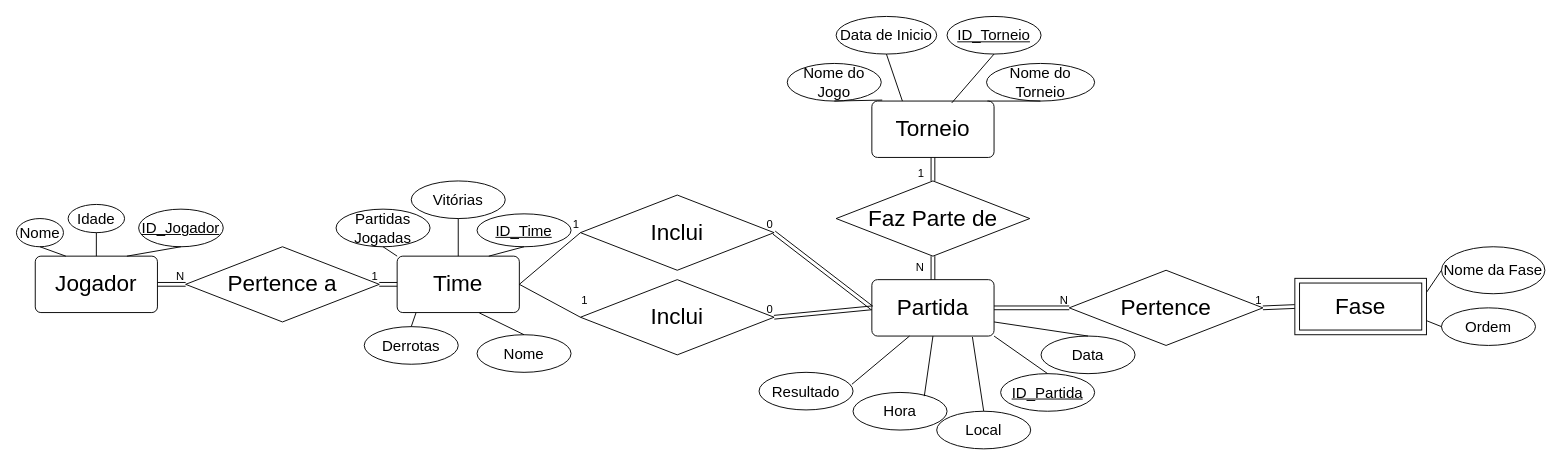
This is Projeto_Esports.drawio from Gabitil/Org-de-competi-es-esport, a draw.io file, before an edit. Source tidied: cells renumbered, new cells numbered last; positions are measured from the earlier drawing's top-left corner, leaving out a move shared by most shapes. Both pictures are drawn from the tidied source at 94%, with x=0, y=0 at pixel (16, 16).
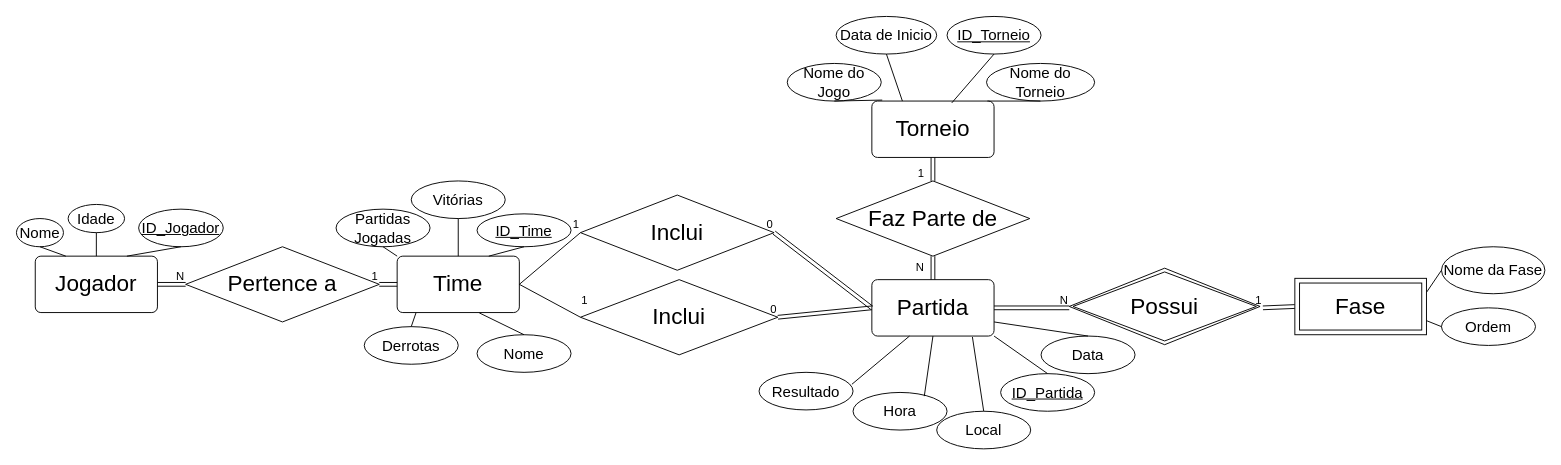
Above is the later version.

Unchanged cells that the change refers to:
```xml
<mxCell id="3" value="&lt;font style=&quot;font-size: 24px;&quot;&gt;Partida&lt;/font&gt;" style="rounded=1;arcSize=10;whiteSpace=wrap;html=1;align=center;" parent="1" vertex="1">
  <mxGeometry x="910" y="280" width="130" height="60" as="geometry" />
</mxCell>
<mxCell id="51" value="&lt;font style=&quot;font-size: 24px;&quot;&gt;Fase&lt;/font&gt;" style="shape=ext;margin=3;double=1;whiteSpace=wrap;html=1;align=center;" parent="1" vertex="1">
  <mxGeometry x="1360" y="278.6" width="140" height="60" as="geometry" />
</mxCell>
```

Diff of the diagram source:
```diff
@@
-    <mxCell id="46" value="&lt;font style=&quot;font-size: 24px;&quot;&gt;Pertence&lt;/font&gt;" style="shape=rhombus;perimeter=rhombusPerimeter;whiteSpace=wrap;html=1;align=center;" parent="1" vertex="1">
-      <mxGeometry x="1120" y="270" width="206" height="80" as="geometry" />
-    </mxCell>
@@
     <mxCell id="48" value="&lt;font style=&quot;font-size: 24px;&quot;&gt;Inclui&lt;/font&gt;" style="shape=rhombus;perimeter=rhombusPerimeter;whiteSpace=wrap;html=1;align=center;" parent="1" vertex="1">
-      <mxGeometry x="600" y="280" width="206" height="80" as="geometry" />
+      <mxGeometry x="600" y="280" width="210" height="80" as="geometry" />
     </mxCell>
-    <mxCell id="49" style="shape=link;html=1;rounded=0;entryX=1;entryY=0.5;entryDx=0;entryDy=0;exitX=0;exitY=0.5;exitDx=0;exitDy=0;" parent="1" edge="1" source="51" target="46">
-      <mxGeometry relative="1" as="geometry" />
+    <mxCell id="49" style="shape=link;html=1;rounded=0;entryX=1;entryY=0.5;entryDx=0;entryDy=0;exitX=0;exitY=0.5;exitDx=0;exitDy=0;" parent="1" edge="1" source="51">
+      <mxGeometry relative="1" as="geometry">
+        <mxPoint x="1326" y="310" as="targetPoint" />
+      </mxGeometry>
     </mxCell>
@@
-    <mxCell id="52" style="shape=link;html=1;rounded=0;exitX=1;exitY=0.5;exitDx=0;exitDy=0;entryX=0;entryY=0.5;entryDx=0;entryDy=0;" parent="1" edge="1" source="3" target="46">
-      <mxGeometry relative="1" as="geometry" />
+    <mxCell id="52" style="shape=link;html=1;rounded=0;exitX=1;exitY=0.5;exitDx=0;exitDy=0;entryX=0;entryY=0.5;entryDx=0;entryDy=0;" parent="1" edge="1" source="3">
+      <mxGeometry relative="1" as="geometry">
+        <mxPoint x="1120" y="310" as="targetPoint" />
+      </mxGeometry>
     </mxCell>
@@
+    <mxCell id="71" style="ellipse;whiteSpace=wrap;html=1;align=center;fillColor=none;strokeColor=none;perimeter=centerPerimeter;" parent="1" vertex="1">
+      <mxGeometry x="140" y="350" width="10" height="10" as="geometry" />
+    </mxCell>
+    <mxCell id="72" value="&lt;font style=&quot;font-size: 24px;&quot;&gt;Possui&lt;/font&gt;" style="shape=rhombus;double=1;perimeter=rhombusPerimeter;whiteSpace=wrap;html=1;align=center;" parent="1" vertex="1">
+      <mxGeometry x="1120" y="267.8" width="203" height="81.4" as="geometry" />
+    </mxCell>
```
